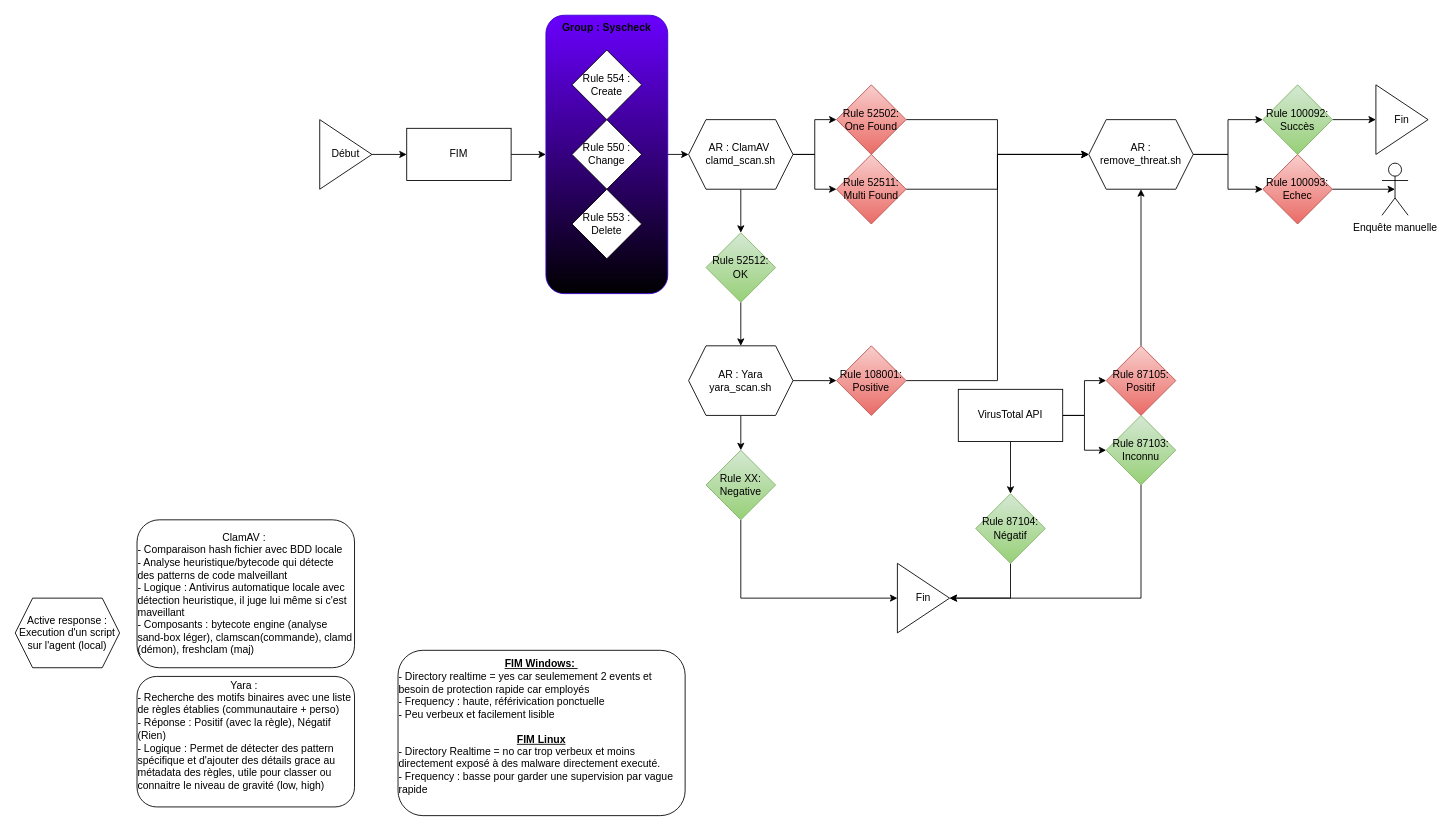
Above: Wazuh.drawio in egoMasa/HomeLab (draw.io), before the change. Source tidied: cells renumbered, new cells numbered last; positions are measured from the earlier drawing's top-left corner, leaving out a move shared by most shapes. Both pictures are drawn from the tidied source at 87%, with x=0, y=0 at pixel (15, 15).
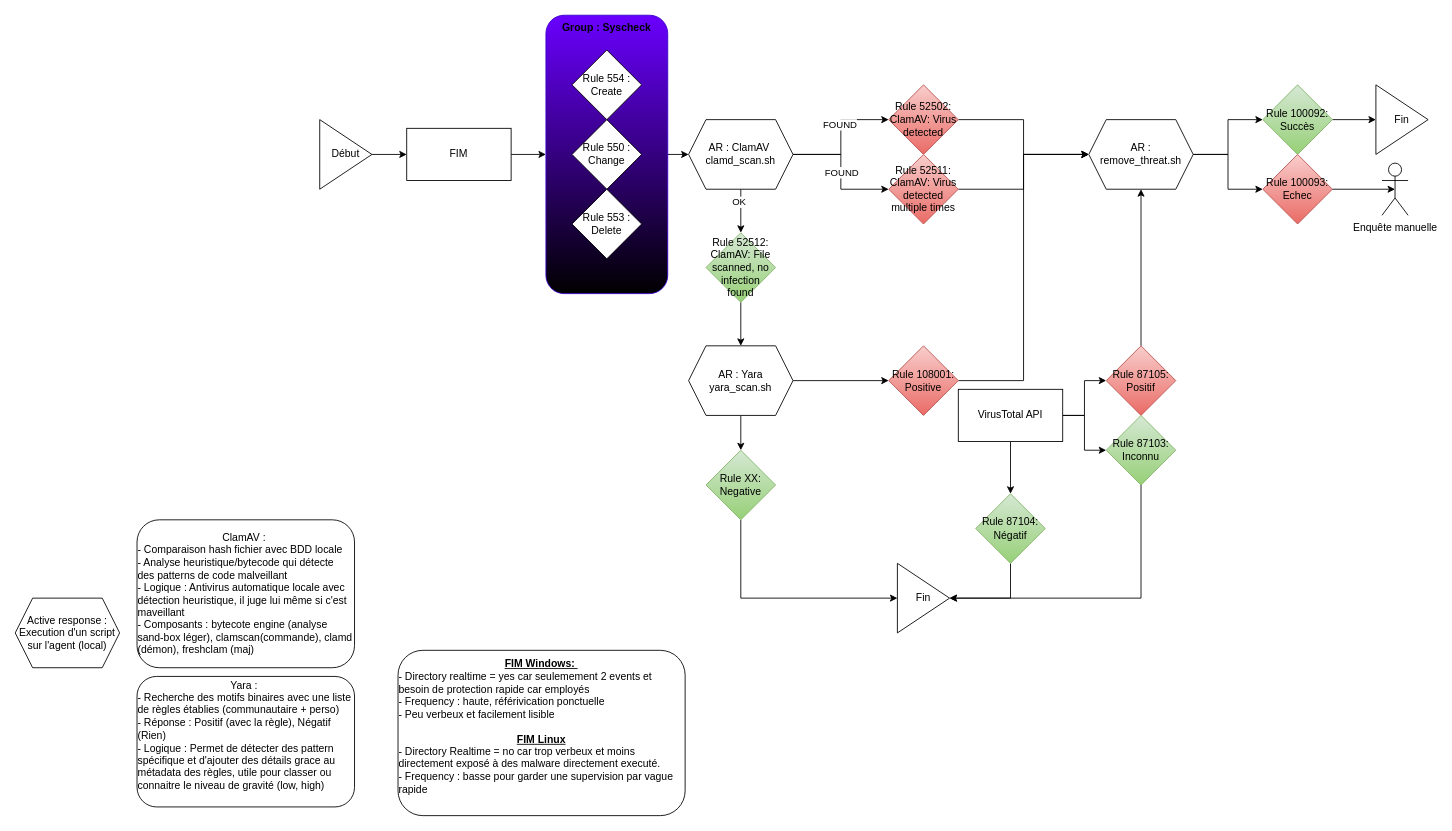
Above is the later version.

Commit message:
Mettre à jour Wazuh.drawio

The change refers to these unchanged cells:
```xml
<mxCell id="10" style="edgeStyle=orthogonalEdgeStyle;rounded=0;jettySize=auto;html=1;exitX=0.5;exitY=1;exitDx=0;exitDy=0;entryX=0.5;entryY=0;entryDx=0;entryDy=0;" parent="1" edge="1" source="13" target="17">
  <mxGeometry relative="1" as="geometry" />
</mxCell>
<mxCell id="11" style="edgeStyle=orthogonalEdgeStyle;rounded=0;jettySize=auto;html=1;exitX=1;exitY=0.5;exitDx=0;exitDy=0;entryX=0;entryY=0.5;entryDx=0;entryDy=0;" parent="1" edge="1" source="13" target="15">
  <mxGeometry relative="1" as="geometry" />
</mxCell>
<mxCell id="12" style="edgeStyle=orthogonalEdgeStyle;rounded=0;jettySize=auto;html=1;exitX=1;exitY=0.5;exitDx=0;exitDy=0;entryX=0;entryY=0.5;entryDx=0;entryDy=0;" parent="1" edge="1" source="13" target="49">
  <mxGeometry relative="1" as="geometry" />
</mxCell>
```

Diff of the diagram source:
```diff
@@
+    <mxCell id="53" value="OK" style="edgeLabel;html=1;align=center;verticalAlign=middle;" parent="10" vertex="1">
+      <mxGeometry x="-0.44" y="-3" relative="1" as="geometry" />
+    </mxCell>
@@
+    <mxCell id="54" value="FOUND" style="edgeLabel;html=1;align=center;verticalAlign=middle;" parent="11" vertex="1">
+      <mxGeometry x="0.2" y="2" relative="1" as="geometry" />
+    </mxCell>
@@
+    <mxCell id="55" value="FOUND" style="edgeLabel;html=1;align=center;verticalAlign=middle;" parent="12" vertex="1">
+      <mxGeometry relative="1" as="geometry" />
+    </mxCell>
@@
-    <mxCell id="15" value="Rule 52502: One Found" style="rhombus;whiteSpace=wrap;html=1;fillColor=#f8cecc;strokeColor=#b85450;gradientColor=#ea6b66;" parent="1" vertex="1">
-      <mxGeometry x="944" y="80" width="80" height="80" as="geometry" />
+    <mxCell id="15" value="Rule 52502: ClamAV: Virus detected" style="rhombus;whiteSpace=wrap;html=1;fillColor=#f8cecc;strokeColor=#b85450;gradientColor=#ea6b66;" parent="1" vertex="1">
+      <mxGeometry x="1004" y="80" width="80" height="80" as="geometry" />
     </mxCell>
@@
-    <mxCell id="17" value="Rule 52512: OK" style="rhombus;whiteSpace=wrap;html=1;fillColor=#d5e8d4;gradientColor=#97d077;strokeColor=#82b366;" parent="1" vertex="1">
+    <mxCell id="17" value="Rule 52512: ClamAV: File scanned, no infection found" style="rhombus;whiteSpace=wrap;html=1;fillColor=#d5e8d4;gradientColor=#97d077;strokeColor=#82b366;" parent="1" vertex="1">
       <mxGeometry x="794" y="250" width="80" height="80" as="geometry" />
     </mxCell>
@@
     <mxCell id="27" value="Rule 108001: Positive" style="rhombus;whiteSpace=wrap;html=1;fillColor=#f8cecc;strokeColor=#b85450;gradientColor=#ea6b66;" parent="1" vertex="1">
-      <mxGeometry x="944" y="380" width="80" height="80" as="geometry" />
+      <mxGeometry x="1004" y="380" width="80" height="80" as="geometry" />
     </mxCell>
@@
-    <mxCell id="49" value="Rule 52511: Multi Found" style="rhombus;whiteSpace=wrap;html=1;fillColor=#f8cecc;strokeColor=#b85450;gradientColor=#ea6b66;" parent="1" vertex="1">
-      <mxGeometry x="944" y="160" width="80" height="80" as="geometry" />
+    <mxCell id="49" value="Rule 52511: ClamAV: Virus detected multiple times" style="rhombus;whiteSpace=wrap;html=1;fillColor=#f8cecc;strokeColor=#b85450;gradientColor=#ea6b66;" parent="1" vertex="1">
+      <mxGeometry x="1004" y="160" width="80" height="80" as="geometry" />
     </mxCell>
```
